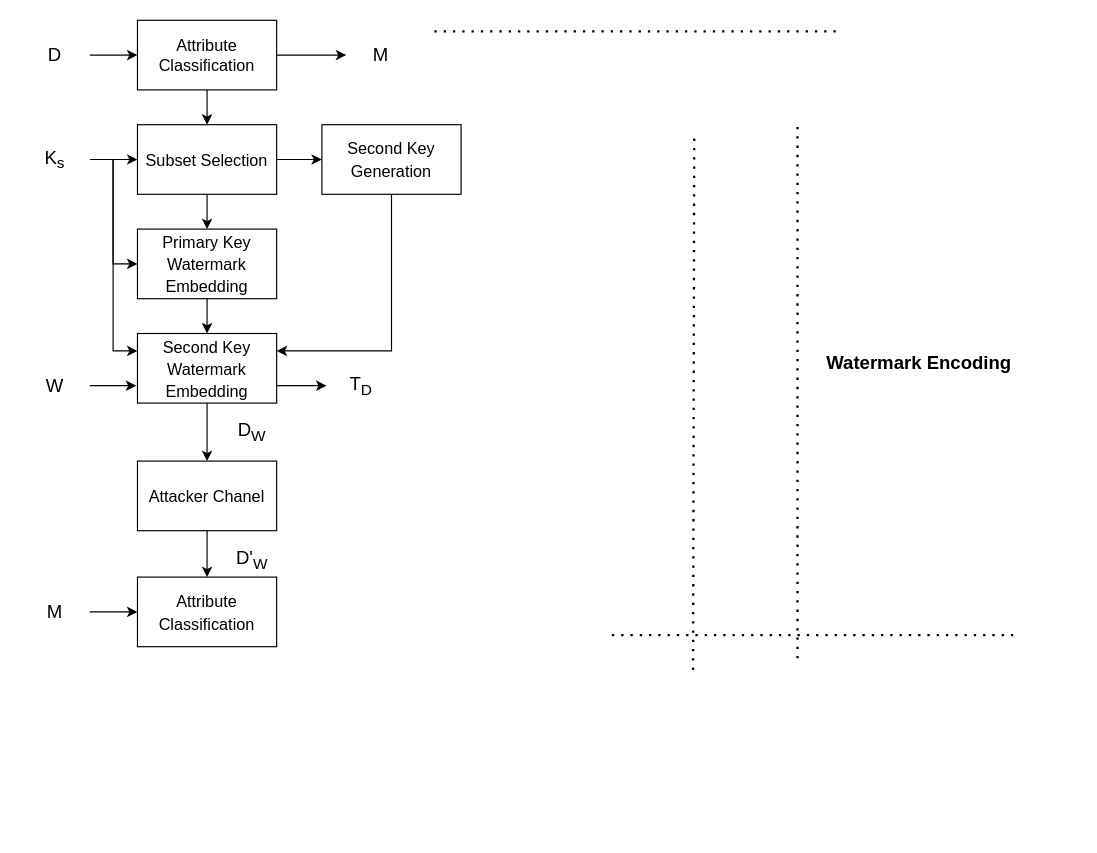
Above: 未命名绘图.drawio in doubleheiker/Justwrite (draw.io), before the change. Source tidied: cells renumbered, new cells numbered last; positions are measured from the earlier drawing's top-left corner, leaving out a move shared by most shapes. Both pictures are drawn from the tidied source at 116%, with x=0, y=0 at pixel (20, 20).
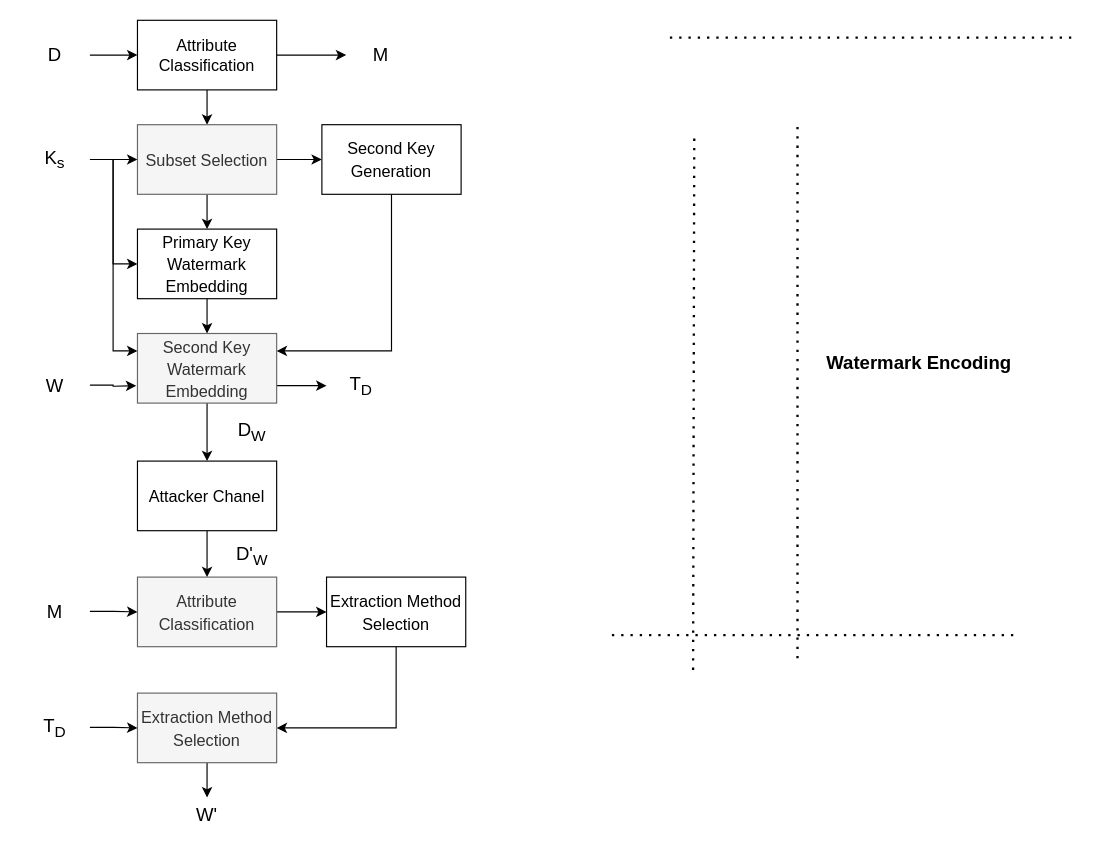
After the change.

Change to the diagram source:
```diff
@@
     <mxCell id="2" style="endArrow=none;dashed=1;html=1;dashPattern=1 3;strokeWidth=2;rounded=0;" parent="1" edge="1">
       <mxGeometry relative="1" as="geometry">
-        <mxPoint x="357" y="9.6" as="sourcePoint" />
-        <mxPoint x="707" y="9.6" as="targetPoint" />
+        <mxPoint x="560" y="15" as="sourcePoint" />
+        <mxPoint x="910" y="15" as="targetPoint" />
       </mxGeometry>
     </mxCell>
@@
-    <mxCell id="11" value="&lt;font style=&quot;font-size: 14px;&quot;&gt;Subset Selection&lt;/font&gt;" style="rounded=0;whiteSpace=wrap;html=1;fontSize=16;" parent="1" vertex="1">
+    <mxCell id="11" value="&lt;font style=&quot;font-size: 14px;&quot;&gt;Subset Selection&lt;/font&gt;" style="rounded=0;whiteSpace=wrap;html=1;fontSize=16;fillColor=#f5f5f5;fontColor=#333333;strokeColor=#666666;" parent="1" vertex="1">
       <mxGeometry x="101" y="90" width="120" height="60" as="geometry" />
     </mxCell>
@@
-    <mxCell id="20" value="&lt;span style=&quot;font-size: 14px;&quot;&gt;Second Key Watermark Embedding&lt;br&gt;&lt;/span&gt;" style="rounded=0;whiteSpace=wrap;html=1;fontSize=16;" parent="1" vertex="1">
+    <mxCell id="20" value="&lt;span style=&quot;font-size: 14px;&quot;&gt;Second Key Watermark Embedding&lt;br&gt;&lt;/span&gt;" style="rounded=0;whiteSpace=wrap;html=1;fontSize=16;fillColor=#f5f5f5;fontColor=#333333;strokeColor=#666666;" parent="1" vertex="1">
       <mxGeometry x="101" y="270" width="120" height="60" as="geometry" />
     </mxCell>
@@
     <mxCell id="22" value="&lt;font style=&quot;font-size: 16px;&quot;&gt;W&lt;/font&gt;" style="text;html=1;strokeColor=none;fillColor=none;align=center;verticalAlign=middle;whiteSpace=wrap;rounded=0;" parent="1" vertex="1">
-      <mxGeometry y="300" width="60" height="30" as="geometry" />
+      <mxGeometry y="299.5" width="60" height="30" as="geometry" />
     </mxCell>
@@
+    <mxCell id="37" style="edgeStyle=orthogonalEdgeStyle;rounded=0;jettySize=auto;html=1;exitX=1;exitY=0.5;exitDx=0;exitDy=0;entryX=0;entryY=0.5;entryDx=0;entryDy=0;fontSize=14;" parent="1" edge="1" source="27" target="39">
+      <mxGeometry relative="1" as="geometry" />
+    </mxCell>
-    <mxCell id="27" value="&lt;font style=&quot;font-size: 14px;&quot;&gt;Attribute Classification&lt;/font&gt;" style="rounded=0;whiteSpace=wrap;html=1;fontSize=16;" parent="1" vertex="1">
+    <mxCell id="27" value="&lt;font style=&quot;font-size: 14px;&quot;&gt;Attribute Classification&lt;/font&gt;" style="rounded=0;whiteSpace=wrap;html=1;fontSize=16;fillColor=#f5f5f5;fontColor=#333333;strokeColor=#666666;" parent="1" vertex="1">
       <mxGeometry x="101" y="480" width="120" height="60" as="geometry" />
     </mxCell>
@@
     <mxCell id="33" value="&lt;font style=&quot;font-size: 16px;&quot;&gt;M&lt;/font&gt;" style="text;html=1;strokeColor=none;fillColor=none;align=center;verticalAlign=middle;whiteSpace=wrap;rounded=0;" parent="1" vertex="1">
-      <mxGeometry y="495" width="60" height="30" as="geometry" />
+      <mxGeometry y="494.5" width="60" height="30" as="geometry" />
     </mxCell>
     <mxCell id="34" value="&lt;font style=&quot;font-size: 16px;&quot;&gt;D'&lt;sub&gt;W&lt;/sub&gt;&lt;/font&gt;" style="text;html=1;strokeColor=none;fillColor=none;align=center;verticalAlign=middle;whiteSpace=wrap;rounded=0;" parent="1" vertex="1">
-      <mxGeometry x="170" y="450" width="60" height="30" as="geometry" />
+      <mxGeometry x="170" y="447" width="60" height="30" as="geometry" />
     </mxCell>
@@
+    <mxCell id="38" style="edgeStyle=orthogonalEdgeStyle;rounded=0;jettySize=auto;html=1;exitX=0.5;exitY=1;exitDx=0;exitDy=0;entryX=1;entryY=0.5;entryDx=0;entryDy=0;fontSize=14;" parent="1" edge="1" source="39" target="41">
+      <mxGeometry relative="1" as="geometry" />
+    </mxCell>
+    <mxCell id="39" value="&lt;span style=&quot;font-size: 14px;&quot;&gt;Extraction Method Selection&lt;/span&gt;" style="rounded=0;whiteSpace=wrap;html=1;fontSize=16;" parent="1" vertex="1">
+      <mxGeometry x="264" y="480" width="120" height="60" as="geometry" />
+    </mxCell>
+    <mxCell id="40" style="edgeStyle=orthogonalEdgeStyle;rounded=0;jettySize=auto;html=1;exitX=0.5;exitY=1;exitDx=0;exitDy=0;fontSize=14;" parent="1" edge="1" source="41" target="42">
+      <mxGeometry relative="1" as="geometry" />
+    </mxCell>
+    <mxCell id="41" value="&lt;span style=&quot;font-size: 14px;&quot;&gt;Extraction Method Selection&lt;/span&gt;" style="rounded=0;whiteSpace=wrap;html=1;fontSize=16;fillColor=#f5f5f5;fontColor=#333333;strokeColor=#666666;" parent="1" vertex="1">
+      <mxGeometry x="101" y="580" width="120" height="60" as="geometry" />
+    </mxCell>
+    <mxCell id="42" value="&lt;font style=&quot;font-size: 16px;&quot;&gt;W'&lt;/font&gt;" style="text;html=1;strokeColor=none;fillColor=none;align=center;verticalAlign=middle;whiteSpace=wrap;rounded=0;" parent="1" vertex="1">
+      <mxGeometry x="131" y="670" width="60" height="30" as="geometry" />
+    </mxCell>
+    <mxCell id="43" style="edgeStyle=orthogonalEdgeStyle;rounded=0;jettySize=auto;html=1;exitX=1;exitY=0.5;exitDx=0;exitDy=0;entryX=0;entryY=0.5;entryDx=0;entryDy=0;fontSize=14;" parent="1" edge="1" source="44" target="41">
+      <mxGeometry relative="1" as="geometry" />
+    </mxCell>
+    <mxCell id="44" value="&lt;span style=&quot;font-size: 16px;&quot;&gt;T&lt;sub&gt;D&lt;/sub&gt;&lt;/span&gt;" style="text;html=1;strokeColor=none;fillColor=none;align=center;verticalAlign=middle;whiteSpace=wrap;rounded=0;fontSize=13;" parent="1" vertex="1">
+      <mxGeometry y="594.5" width="60" height="30" as="geometry" />
+    </mxCell>
```
